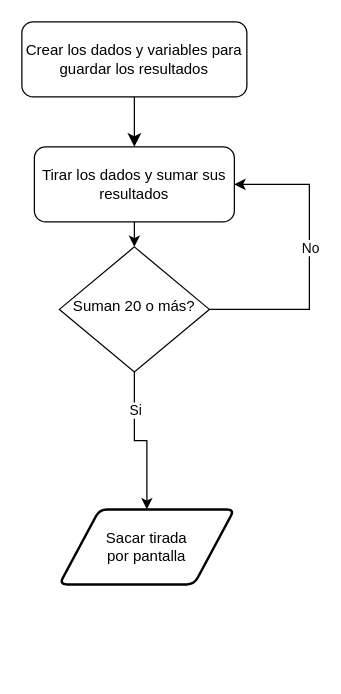
The draw.io diagram Ejercicio1_flujo.drawio in Patriesc/T7_POO, before the edit. Source tidied: cells renumbered, new cells numbered last; positions are measured from the earlier drawing's top-left corner, leaving out a move shared by most shapes. Both pictures are drawn from the tidied source at 125%, with x=0, y=0 at pixel (21, 21).
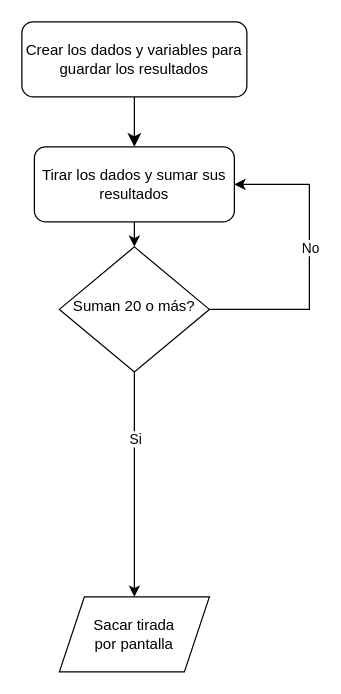
Above is the later version.

Change to the diagram source:
```diff
@@
 <mxGraphModel>
   <root>
     <mxCell id="0" />
     <mxCell id="1" parent="0" />
     <mxCell id="2" style="rounded=0;html=1;jettySize=auto;fontSize=11;endArrow=classic;endFill=1;endSize=8;strokeWidth=1;shadow=0;labelBackgroundColor=none;edgeStyle=orthogonalEdgeStyle;entryX=0.5;entryY=0;entryDx=0;entryDy=0;" parent="1" edge="1" source="3" target="10">
       <mxGeometry relative="1" as="geometry" />
     </mxCell>
     <mxCell id="3" value="Crear los dados y variables para guardar los resultados" style="rounded=1;whiteSpace=wrap;html=1;fontSize=12;glass=0;strokeWidth=1;shadow=0;" parent="1" vertex="1">
       <mxGeometry width="180" height="60" as="geometry" />
     </mxCell>
     <mxCell id="4" style="edgeStyle=orthogonalEdgeStyle;rounded=0;jettySize=auto;html=1;exitX=1;exitY=0.5;exitDx=0;exitDy=0;entryX=1;entryY=0.5;entryDx=0;entryDy=0;" parent="1" edge="1" source="8" target="10">
       <mxGeometry relative="1" as="geometry">
         <Array as="points">
           <mxPoint x="230" y="230" />
           <mxPoint x="230" y="130" />
         </Array>
       </mxGeometry>
     </mxCell>
     <mxCell id="5" value="No" style="edgeLabel;html=1;align=center;verticalAlign=middle;" parent="4" vertex="1">
       <mxGeometry x="-0.15" y="-4" relative="1" as="geometry">
         <mxPoint x="-4" y="-28" as="offset" />
       </mxGeometry>
     </mxCell>
     <mxCell id="6" style="edgeStyle=orthogonalEdgeStyle;rounded=0;jettySize=auto;html=1;exitX=0.5;exitY=1;exitDx=0;exitDy=0;entryX=0.5;entryY=0;entryDx=0;entryDy=0;" parent="1" edge="1" source="8" target="11">
       <mxGeometry relative="1" as="geometry" />
     </mxCell>
     <mxCell id="7" value="Si" style="edgeLabel;html=1;align=center;verticalAlign=middle;" parent="6" vertex="1">
       <mxGeometry x="-0.23" y="-2" relative="1" as="geometry">
         <mxPoint x="2" y="-16" as="offset" />
       </mxGeometry>
     </mxCell>
     <mxCell id="8" value="Suman 20 o más?" style="rhombus;whiteSpace=wrap;html=1;shadow=0;fontFamily=Helvetica;fontSize=12;align=center;strokeWidth=1;spacing=6;spacingTop=-4;" parent="1" vertex="1">
       <mxGeometry x="30" y="180" width="120" height="100" as="geometry" />
     </mxCell>
     <mxCell id="9" style="edgeStyle=orthogonalEdgeStyle;rounded=0;jettySize=auto;html=1;exitX=0.5;exitY=1;exitDx=0;exitDy=0;entryX=0.5;entryY=0;entryDx=0;entryDy=0;" parent="1" edge="1" source="10" target="8">
       <mxGeometry relative="1" as="geometry" />
     </mxCell>
     <mxCell id="10" value="Tirar los dados y sumar sus resultados" style="rounded=1;whiteSpace=wrap;html=1;fontSize=12;glass=0;strokeWidth=1;shadow=0;" parent="1" vertex="1">
       <mxGeometry x="10" y="100" width="160" height="60" as="geometry" />
     </mxCell>
-    <mxCell id="11" value="Sacar tirada &lt;br&gt;por pantalla" style="shape=parallelogram;html=1;strokeWidth=2;perimeter=parallelogramPerimeter;whiteSpace=wrap;rounded=1;arcSize=12;size=0.23;" parent="1" vertex="1">
-      <mxGeometry x="30" y="390" width="140" height="60" as="geometry" />
+    <mxCell id="11" value="&lt;span&gt;Sacar tirada&lt;/span&gt;&lt;br&gt;&lt;span&gt;por pantalla&lt;/span&gt;" style="shape=parallelogram;perimeter=parallelogramPerimeter;whiteSpace=wrap;html=1;fixedSize=1;" parent="1" vertex="1">
+      <mxGeometry x="30" y="460" width="120" height="60" as="geometry" />
     </mxCell>
   </root>
 </mxGraphModel>
```
